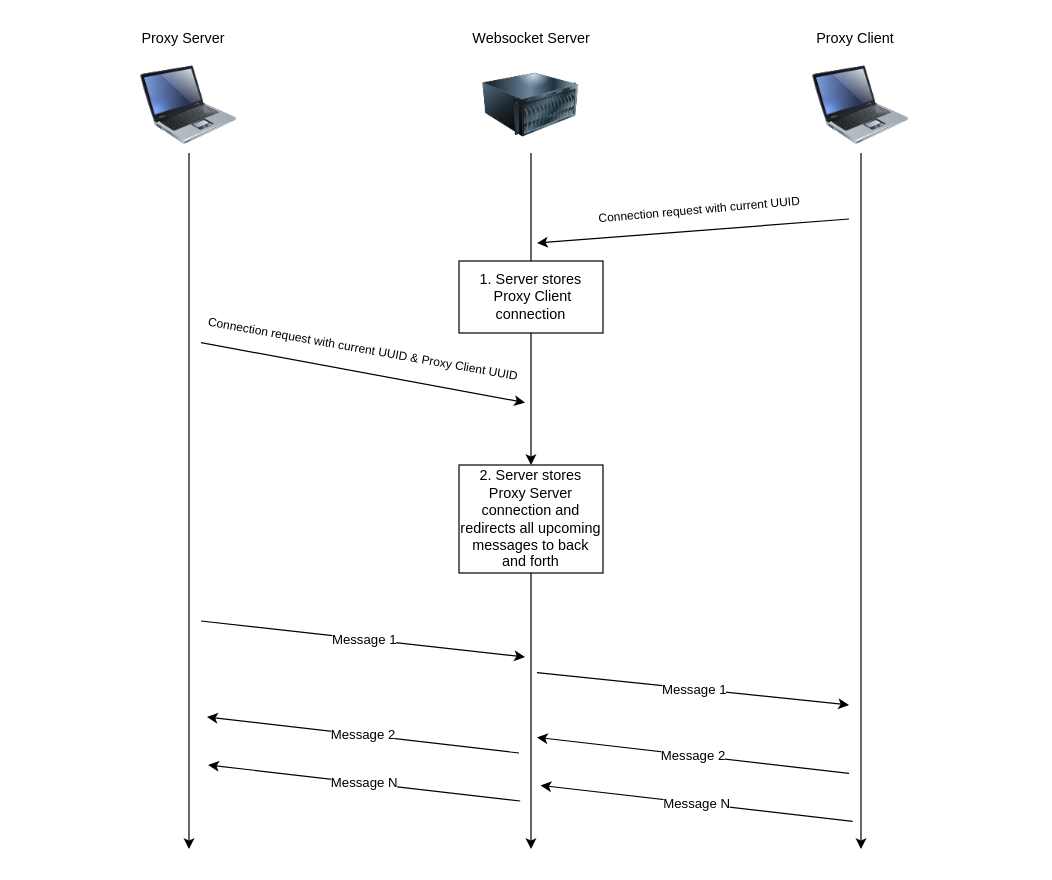
This is http_tunnel_handshake.drawio from mayurprajapati/drawio, a draw.io file, before an edit. Source tidied: cells renumbered, new cells numbered last; positions are measured from the earlier drawing's top-left corner, leaving out a move shared by most shapes. Both pictures are drawn from the tidied source at 120%, with x=0, y=0 at pixel (128, 20).
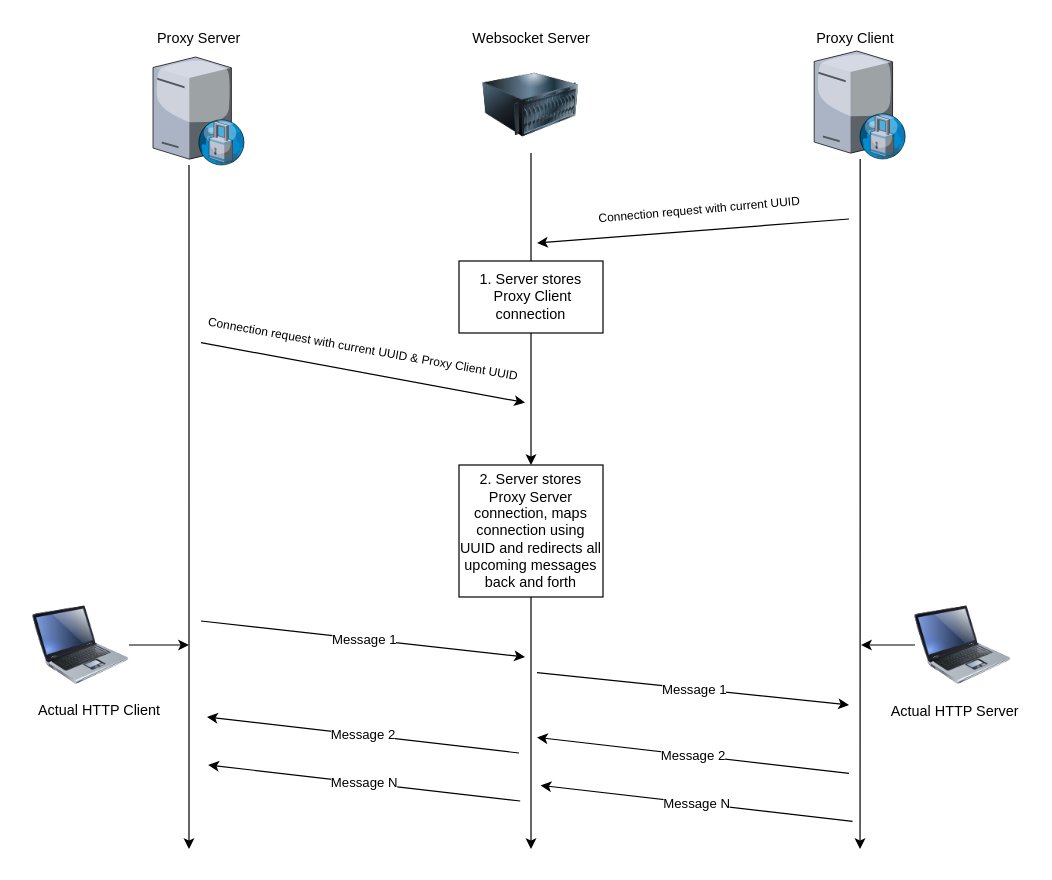
The same diagram, later.

Change to the diagram source:
```diff
@@
-    <mxCell id="4" style="edgeStyle=orthogonalEdgeStyle;rounded=0;jettySize=auto;html=1;" parent="1" edge="1" source="5">
+    <mxCell id="4" style="edgeStyle=orthogonalEdgeStyle;rounded=0;jettySize=auto;html=1;exitX=0.392;exitY=1;exitDx=0;exitDy=0;exitPerimeter=0;" parent="1" edge="1" source="32">
       <mxGeometry relative="1" as="geometry">
         <mxPoint x="50" y="690" as="targetPoint" />
       </mxGeometry>
     </mxCell>
+    <mxCell id="30" style="edgeStyle=orthogonalEdgeStyle;rounded=0;jettySize=auto;html=1;" parent="1" edge="1" source="5">
+      <mxGeometry relative="1" as="geometry">
+        <mxPoint x="50" y="520" as="targetPoint" />
+      </mxGeometry>
+    </mxCell>
     <mxCell id="5" style="image;html=1;image=img/lib/clip_art/computers/Laptop_128x128.png;" parent="1" vertex="1">
-      <mxGeometry x="10" y="30" width="80" height="80" as="geometry" />
+      <mxGeometry x="-80" y="480" width="80" height="80" as="geometry" />
     </mxCell>
@@
     <mxCell id="8" value="Proxy Server" style="text;html=1;align=center;verticalAlign=middle;strokeColor=none;fillColor=none;" parent="1" vertex="1">
-      <mxGeometry width="90" height="30" as="geometry" />
+      <mxGeometry x="13.2" width="90" height="30" as="geometry" />
     </mxCell>
@@
+    <mxCell id="31" style="edgeStyle=orthogonalEdgeStyle;rounded=0;jettySize=auto;html=1;" parent="1" edge="1" source="10">
+      <mxGeometry relative="1" as="geometry">
+        <mxPoint x="610" y="520" as="targetPoint" />
+      </mxGeometry>
+    </mxCell>
     <mxCell id="10" style="image;html=1;image=img/lib/clip_art/computers/Laptop_128x128.png;" parent="1" vertex="1">
-      <mxGeometry x="570" y="30" width="80" height="80" as="geometry" />
+      <mxGeometry x="655" y="480" width="80" height="80" as="geometry" />
     </mxCell>
-    <mxCell id="11" style="edgeStyle=orthogonalEdgeStyle;rounded=0;jettySize=auto;html=1;" parent="1" edge="1" source="10">
-      <mxGeometry relative="1" as="geometry">
-        <mxPoint x="610" y="690" as="targetPoint" />
-      </mxGeometry>
-    </mxCell>
@@
-    <mxCell id="17" value="2. Server stores Proxy Server connection and redirects all upcoming messages to back and forth" style="rounded=0;whiteSpace=wrap;html=1;" parent="1" vertex="1">
-      <mxGeometry x="275" y="370" width="120" height="90" as="geometry" />
+    <mxCell id="17" value="2. Server stores Proxy Server connection, maps connection using UUID and redirects all upcoming messages back and forth" style="rounded=0;whiteSpace=wrap;html=1;" parent="1" vertex="1">
+      <mxGeometry x="275" y="370" width="120" height="110" as="geometry" />
     </mxCell>
@@
+    <mxCell id="32" style="verticalLabelPosition=bottom;sketch=0;html=1;verticalAlign=top;strokeColor=none;align=center;outlineConnect=0;shape=mxgraph.citrix.proxy_server;" parent="1" vertex="1">
+      <mxGeometry x="20" y="30" width="76.5" height="90" as="geometry" />
+    </mxCell>
+    <mxCell id="33" style="edgeStyle=orthogonalEdgeStyle;rounded=0;jettySize=auto;html=1;" parent="1" edge="1" source="34">
+      <mxGeometry relative="1" as="geometry">
+        <mxPoint x="609.2" y="690" as="targetPoint" />
+      </mxGeometry>
+    </mxCell>
+    <mxCell id="34" style="verticalLabelPosition=bottom;sketch=0;html=1;verticalAlign=top;strokeColor=none;align=center;outlineConnect=0;shape=mxgraph.citrix.proxy_server;" parent="1" vertex="1">
+      <mxGeometry x="571" y="25" width="76.5" height="90" as="geometry" />
+    </mxCell>
+    <mxCell id="35" value="Actual HTTP Client" style="text;html=1;align=center;verticalAlign=middle;strokeColor=none;fillColor=none;" parent="1" vertex="1">
+      <mxGeometry x="-90" y="560" width="130" height="30" as="geometry" />
+    </mxCell>
+    <mxCell id="36" value="Actual HTTP Server" style="text;html=1;align=center;verticalAlign=middle;strokeColor=none;fillColor=none;" parent="1" vertex="1">
+      <mxGeometry x="623" y="561" width="130" height="30" as="geometry" />
+    </mxCell>
```
